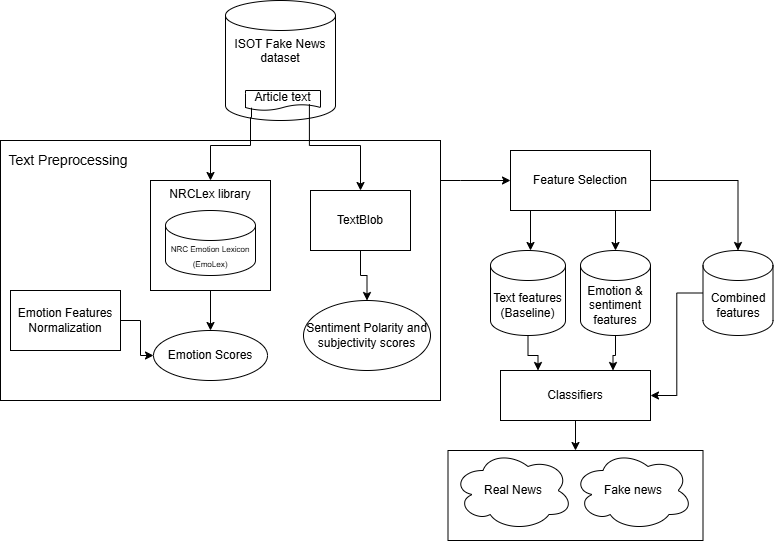
Before: methodology.png, a diagram exported from draw.io (jjmago/cind820). Source tidied: cells renumbered, new cells last; positions are measured from the earlier drawing's top-left corner, leaving out a move shared by most shapes.
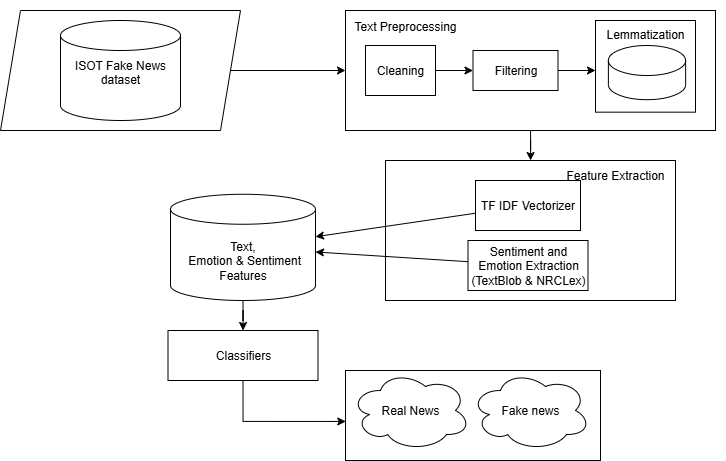
The same diagram one commit later.

Diff of the diagram source:
```diff
@@ -2,106 +2,61 @@
   <root>
     <mxCell id="0" />
     <mxCell id="1" parent="0" />
-    <mxCell id="2" style="edgeStyle=orthogonalEdgeStyle;rounded=0;jettySize=auto;html=1;" parent="1" edge="1" source="3" target="23">
-      <mxGeometry relative="1" as="geometry">
-        <Array as="points">
-          <mxPoint x="460" y="180" />
-          <mxPoint x="460" y="180" />
-        </Array>
-      </mxGeometry>
-    </mxCell>
-    <mxCell id="3" style="rounded=0;whiteSpace=wrap;html=1;" parent="1" vertex="1">
-      <mxGeometry y="140" width="440" height="260" as="geometry" />
-    </mxCell>
+    <mxCell id="38" style="group;" parent="1" vertex="1">
+      <mxGeometry x="325" y="-390" width="370" height="120" as="geometry" />
+    </mxCell>
+    <mxCell id="39" style="group;" parent="38" vertex="1">
+      <mxGeometry x="-30" y="-5" width="400" height="125" as="geometry" />
+    </mxCell>
+    <mxCell id="40" style="rounded=0;whiteSpace=wrap;html=1;" parent="39" vertex="1">
+      <mxGeometry x="30" y="5" width="370" height="120" as="geometry" />
+    </mxCell>
+    <mxCell id="41" style="group;" parent="39" vertex="1">
+      <mxGeometry x="280" y="15" width="103" height="100" as="geometry" />
+    </mxCell>
+    <mxCell id="42" value="Lemmatization" style="rounded=0;whiteSpace=wrap;html=1;verticalAlign=top;" parent="41" vertex="1">
+      <mxGeometry width="100" height="91.7" as="geometry" />
+    </mxCell>
+    <mxCell id="43" style="group;" parent="41" vertex="1">
+      <mxGeometry x="12.9" y="25" width="77.2" height="54.2" as="geometry" />
+    </mxCell>
+    <mxCell id="44" style="shape=cylinder3;whiteSpace=wrap;html=1;boundedLbl=1;backgroundOutline=1;size=15;" parent="43" vertex="1">
+      <mxGeometry width="77.2" height="54.2" as="geometry" />
+    </mxCell>
+    <mxCell id="45" style="edgeStyle=orthogonalEdgeStyle;rounded=0;jettySize=auto;html=1;exitX=1;exitY=0.5;exitDx=0;exitDy=0;" parent="39" edge="1" source="46">
+      <mxGeometry relative="1" as="geometry">
+        <mxPoint x="280" y="64.7" as="targetPoint" />
+      </mxGeometry>
+    </mxCell>
+    <mxCell id="46" value="Filtering" style="rounded=0;whiteSpace=wrap;html=1;" parent="39" vertex="1">
+      <mxGeometry x="157.5" y="45" width="85" height="40" as="geometry" />
+    </mxCell>
+    <mxCell id="47" style="edgeStyle=orthogonalEdgeStyle;rounded=0;jettySize=auto;html=1;exitX=1;exitY=0.5;exitDx=0;exitDy=0;entryX=0;entryY=0.5;entryDx=0;entryDy=0;" parent="39" edge="1" source="48" target="46">
+      <mxGeometry relative="1" as="geometry" />
+    </mxCell>
+    <mxCell id="48" value="Cleaning" style="rounded=0;whiteSpace=wrap;html=1;" parent="39" vertex="1">
+      <mxGeometry x="50" y="40" width="70" height="50" as="geometry" />
+    </mxCell>
+    <mxCell id="10" value="&lt;span style=&quot;font-size: 12px;&quot;&gt;Text Preprocessing&lt;/span&gt;" style="text;html=1;align=center;verticalAlign=middle;whiteSpace=wrap;rounded=0;strokeColor=none;fontSize=14;" parent="39" vertex="1">
+      <mxGeometry width="180" height="40" as="geometry" />
+    </mxCell>
     <mxCell id="4" style="group;" parent="1" vertex="1">
-      <mxGeometry x="225" width="115" height="140" as="geometry" />
+      <mxGeometry x="60" y="-400" width="210" height="140" as="geometry" />
     </mxCell>
+    <mxCell id="6" value="Article text" style="shape=document;whiteSpace=wrap;html=1;boundedLbl=1;" parent="4" vertex="1">
+      <mxGeometry x="20" y="90" width="75" height="20" as="geometry" />
+    </mxCell>
+    <mxCell id="49" style="group;" parent="4" vertex="1">
+      <mxGeometry x="-80" y="10" width="240" height="120" as="geometry" />
+    </mxCell>
+    <mxCell id="50" style="shape=parallelogram;perimeter=parallelogramPerimeter;whiteSpace=wrap;html=1;fixedSize=1;" parent="49" vertex="1">
+      <mxGeometry width="240" height="120" as="geometry" />
+    </mxCell>
-    <mxCell id="5" value="ISOT Fake News dataset" style="shape=cylinder3;whiteSpace=wrap;html=1;boundedLbl=1;backgroundOutline=1;size=15;verticalAlign=top;" parent="4" vertex="1">
-      <mxGeometry width="110" height="120" as="geometry" />
+    <mxCell id="5" value="ISOT Fake News dataset" style="shape=cylinder3;whiteSpace=wrap;html=1;boundedLbl=1;backgroundOutline=1;size=15;verticalAlign=top;" parent="49" vertex="1">
+      <mxGeometry x="60" y="10" width="120" height="100" as="geometry" />
     </mxCell>
-    <mxCell id="6" value="Article text" style="shape=document;whiteSpace=wrap;html=1;boundedLbl=1;" parent="4" vertex="1">
-      <mxGeometry x="20" y="90" width="75" height="20" as="geometry" />
-    </mxCell>
-    <mxCell id="7" style="edgeStyle=orthogonalEdgeStyle;rounded=0;jettySize=auto;html=1;entryX=0.5;entryY=0;entryDx=0;entryDy=0;exitX=0.08;exitY=0.861;exitDx=0;exitDy=0;exitPerimeter=0;" parent="1" edge="1" source="6" target="12">
-      <mxGeometry relative="1" as="geometry">
-        <Array as="points">
-          <mxPoint x="250" y="117" />
-          <mxPoint x="250" y="145" />
-          <mxPoint x="210" y="145" />
-        </Array>
-      </mxGeometry>
-    </mxCell>
-    <mxCell id="8" style="edgeStyle=orthogonalEdgeStyle;rounded=0;jettySize=auto;html=1;entryX=0;entryY=0.5;entryDx=0;entryDy=0;" parent="1" edge="1" source="9" target="18">
-      <mxGeometry relative="1" as="geometry" />
-    </mxCell>
-    <mxCell id="9" value="Emotion Features Normalization" style="text;html=1;align=center;verticalAlign=middle;whiteSpace=wrap;rounded=0;fillColor=none;strokeColor=default;" parent="1" vertex="1">
-      <mxGeometry x="10" y="290" width="110" height="60" as="geometry" />
-    </mxCell>
-    <mxCell id="10" value="Text Preprocessing&amp;nbsp;" style="text;html=1;align=center;verticalAlign=middle;whiteSpace=wrap;rounded=0;strokeColor=none;fontSize=14;" parent="1" vertex="1">
-      <mxGeometry y="140" width="140" height="40" as="geometry" />
-    </mxCell>
-    <mxCell id="11" style="group;" parent="1" vertex="1">
-      <mxGeometry x="150" y="180" width="120" height="120" as="geometry" />
-    </mxCell>
-    <mxCell id="12" value="NRCLex library" style="rounded=0;whiteSpace=wrap;html=1;verticalAlign=top;" parent="11" vertex="1">
-      <mxGeometry width="120" height="110" as="geometry" />
-    </mxCell>
-    <mxCell id="13" style="group;" parent="11" vertex="1">
-      <mxGeometry x="15" y="30" width="90" height="65" as="geometry" />
-    </mxCell>
-    <mxCell id="14" value="&lt;span style=&quot;font-size: 8px;&quot;&gt;NRC Emotion Lexicon (EmoLex)&lt;/span&gt;" style="shape=cylinder3;whiteSpace=wrap;html=1;boundedLbl=1;backgroundOutline=1;size=15;" parent="13" vertex="1">
-      <mxGeometry width="90" height="65" as="geometry" />
-    </mxCell>
-    <mxCell id="15" style="group;" parent="1" vertex="1">
-      <mxGeometry x="310" y="190" width="100" height="60" as="geometry" />
-    </mxCell>
-    <mxCell id="16" value="TextBlob" style="rounded=0;whiteSpace=wrap;html=1;" parent="15" vertex="1">
-      <mxGeometry width="100" height="60" as="geometry" />
-    </mxCell>
-    <mxCell id="17" style="edgeStyle=orthogonalEdgeStyle;rounded=0;jettySize=auto;html=1;entryX=0.5;entryY=0;entryDx=0;entryDy=0;exitX=0.852;exitY=0.686;exitDx=0;exitDy=0;exitPerimeter=0;" parent="1" edge="1" source="6" target="16">
-      <mxGeometry relative="1" as="geometry">
-        <Array as="points">
-          <mxPoint x="309" y="145" />
-          <mxPoint x="360" y="145" />
-        </Array>
-      </mxGeometry>
-    </mxCell>
-    <mxCell id="18" value="Emotion Scores" style="ellipse;whiteSpace=wrap;html=1;" parent="1" vertex="1">
-      <mxGeometry x="153" y="330" width="114" height="50" as="geometry" />
-    </mxCell>
-    <mxCell id="19" value="Sentiment Polarity and subjectivity scores" style="ellipse;whiteSpace=wrap;html=1;" parent="1" vertex="1">
-      <mxGeometry x="303" y="300" width="127" height="70" as="geometry" />
-    </mxCell>
-    <mxCell id="20" style="edgeStyle=orthogonalEdgeStyle;rounded=0;jettySize=auto;html=1;exitX=0.5;exitY=1;exitDx=0;exitDy=0;entryX=0.5;entryY=0;entryDx=0;entryDy=0;" parent="1" edge="1" source="16" target="19">
-      <mxGeometry relative="1" as="geometry" />
-    </mxCell>
-    <mxCell id="21" style="edgeStyle=orthogonalEdgeStyle;rounded=0;jettySize=auto;html=1;exitX=0.5;exitY=1;exitDx=0;exitDy=0;entryX=0.5;entryY=0;entryDx=0;entryDy=0;" parent="1" edge="1" source="12" target="18">
-      <mxGeometry relative="1" as="geometry" />
-    </mxCell>
-    <mxCell id="22" style="edgeStyle=orthogonalEdgeStyle;rounded=0;jettySize=auto;html=1;exitX=0.25;exitY=1;exitDx=0;exitDy=0;" parent="1" edge="1" source="23" target="25">
-      <mxGeometry relative="1" as="geometry">
-        <Array as="points">
-          <mxPoint x="530" y="210" />
-        </Array>
-      </mxGeometry>
-    </mxCell>
-    <mxCell id="23" value="Feature Selection" style="text;html=1;align=center;verticalAlign=middle;whiteSpace=wrap;rounded=0;strokeColor=default;" parent="1" vertex="1">
-      <mxGeometry x="510" y="150" width="140" height="60" as="geometry" />
-    </mxCell>
-    <mxCell id="24" style="edgeStyle=orthogonalEdgeStyle;rounded=0;jettySize=auto;html=1;entryX=0.25;entryY=0;entryDx=0;entryDy=0;" parent="1" edge="1" source="25" target="34">
-      <mxGeometry relative="1" as="geometry" />
-    </mxCell>
-    <mxCell id="25" value="Text features&lt;div&gt;(Baseline)&lt;/div&gt;" style="shape=cylinder3;whiteSpace=wrap;html=1;boundedLbl=1;backgroundOutline=1;size=15;" parent="1" vertex="1">
-      <mxGeometry x="490" y="250" width="75" height="85" as="geometry" />
-    </mxCell>
-    <mxCell id="26" style="edgeStyle=orthogonalEdgeStyle;rounded=0;jettySize=auto;html=1;entryX=0.75;entryY=0;entryDx=0;entryDy=0;" parent="1" edge="1" source="27" target="34">
-      <mxGeometry relative="1" as="geometry" />
-    </mxCell>
-    <mxCell id="27" value="Emotion &amp;amp; sentiment features" style="shape=cylinder3;whiteSpace=wrap;html=1;boundedLbl=1;backgroundOutline=1;size=15;" parent="1" vertex="1">
-      <mxGeometry x="580" y="250" width="70" height="85" as="geometry" />
-    </mxCell>
     <mxCell id="28" style="group;" parent="1" vertex="1">
-      <mxGeometry x="447.5" y="450" width="255" height="90" as="geometry" />
+      <mxGeometry x="325" y="-30" width="255" height="90" as="geometry" />
     </mxCell>
     <mxCell id="29" style="text;html=1;align=center;verticalAlign=middle;whiteSpace=wrap;rounded=0;strokeColor=default;" parent="28" vertex="1">
       <mxGeometry width="255" height="90" as="geometry" />
@@ -112,23 +67,44 @@
     <mxCell id="31" value="Real News" style="ellipse;shape=cloud;whiteSpace=wrap;html=1;" parent="28" vertex="1">
       <mxGeometry x="5" width="120" height="80" as="geometry" />
     </mxCell>
-    <mxCell id="32" style="edgeStyle=orthogonalEdgeStyle;rounded=0;jettySize=auto;html=1;exitX=0.75;exitY=1;exitDx=0;exitDy=0;entryX=0.5;entryY=0;entryDx=0;entryDy=0;entryPerimeter=0;" parent="1" edge="1" source="23" target="27">
-      <mxGeometry relative="1" as="geometry" />
-    </mxCell>
-    <mxCell id="33" style="edgeStyle=orthogonalEdgeStyle;rounded=0;jettySize=auto;html=1;exitX=0.5;exitY=1;exitDx=0;exitDy=0;" parent="1" edge="1" source="34" target="29">
+    <mxCell id="33" style="edgeStyle=orthogonalEdgeStyle;rounded=0;jettySize=auto;html=1;exitX=0.5;exitY=1;exitDx=0;exitDy=0;entryX=0.001;entryY=0.566;entryDx=0;entryDy=0;entryPerimeter=0;" parent="1" edge="1" source="34" target="29">
       <mxGeometry relative="1" as="geometry" />
     </mxCell>
     <mxCell id="34" value="Classifiers" style="rounded=0;whiteSpace=wrap;html=1;" parent="1" vertex="1">
-      <mxGeometry x="500" y="370" width="150" height="50" as="geometry" />
+      <mxGeometry x="147.5" y="-70" width="150" height="50" as="geometry" />
     </mxCell>
-    <mxCell id="35" style="edgeStyle=orthogonalEdgeStyle;rounded=0;jettySize=auto;html=1;entryX=1;entryY=0.5;entryDx=0;entryDy=0;" parent="1" edge="1" source="36" target="34">
-      <mxGeometry relative="1" as="geometry" />
-    </mxCell>
-    <mxCell id="36" value="Combined features" style="shape=cylinder3;whiteSpace=wrap;html=1;boundedLbl=1;backgroundOutline=1;size=15;" parent="1" vertex="1">
-      <mxGeometry x="702.5" y="250" width="70" height="85" as="geometry" />
-    </mxCell>
-    <mxCell id="37" style="edgeStyle=orthogonalEdgeStyle;rounded=0;jettySize=auto;html=1;exitX=1;exitY=0.5;exitDx=0;exitDy=0;entryX=0.5;entryY=0;entryDx=0;entryDy=0;entryPerimeter=0;" parent="1" edge="1" source="23" target="36">
-      <mxGeometry relative="1" as="geometry" />
-    </mxCell>
+    <mxCell id="51" style="endArrow=classic;html=1;rounded=0;exitX=1;exitY=0.5;exitDx=0;exitDy=0;" parent="1" edge="1" source="50" target="40">
+      <mxGeometry relative="1" as="geometry" />
+    </mxCell>
+    <mxCell id="52" style="edgeStyle=orthogonalEdgeStyle;rounded=0;jettySize=auto;html=1;" parent="1" edge="1" source="40" target="23">
+      <mxGeometry relative="1" as="geometry" />
+    </mxCell>
+    <mxCell id="24" style="edgeStyle=orthogonalEdgeStyle;rounded=0;jettySize=auto;html=1;" parent="1" edge="1" source="25" target="34">
+      <mxGeometry relative="1" as="geometry" />
+    </mxCell>
+    <mxCell id="25" value="Text,&lt;div&gt;&amp;nbsp;Emotion &amp;amp; Sentiment&lt;/div&gt;&lt;div&gt;Features&lt;/div&gt;" style="shape=cylinder3;whiteSpace=wrap;html=1;boundedLbl=1;backgroundOutline=1;size=15;" parent="1" vertex="1">
+      <mxGeometry x="150" y="-206.2" width="145" height="106.2" as="geometry" />
+    </mxCell>
+    <mxCell id="53" style="group;" parent="1" vertex="1">
+      <mxGeometry x="325" y="-240" width="380" height="140" as="geometry" />
+    </mxCell>
+    <mxCell id="23" style="text;html=1;align=center;verticalAlign=middle;whiteSpace=wrap;rounded=0;strokeColor=default;" parent="53" vertex="1">
+      <mxGeometry x="40" width="290" height="140" as="geometry" />
+    </mxCell>
+    <mxCell id="54" value="TF IDF Vectorizer" style="rounded=0;whiteSpace=wrap;html=1;" parent="53" vertex="1">
+      <mxGeometry x="130" y="20" width="105" height="50" as="geometry" />
+    </mxCell>
+    <mxCell id="55" value="Sentiment and Emotion Extraction&lt;div&gt;(TextBlob &amp;amp; NRCLex)&lt;/div&gt;" style="rounded=0;whiteSpace=wrap;html=1;" parent="53" vertex="1">
+      <mxGeometry x="122.5" y="80" width="120" height="50" as="geometry" />
+    </mxCell>
+    <mxCell id="56" value="Feature Extraction" style="text;html=1;align=center;verticalAlign=middle;whiteSpace=wrap;rounded=0;" parent="53" vertex="1">
+      <mxGeometry x="215" width="110" height="30" as="geometry" />
+    </mxCell>
+    <mxCell id="57" style="endArrow=classic;html=1;rounded=0;" parent="1" edge="1" source="55" target="25">
+      <mxGeometry relative="1" as="geometry" />
+    </mxCell>
+    <mxCell id="58" style="endArrow=classic;html=1;rounded=0;" parent="1" edge="1" source="54" target="25">
+      <mxGeometry relative="1" as="geometry" />
+    </mxCell>
   </root>
 </mxGraphModel>
```
